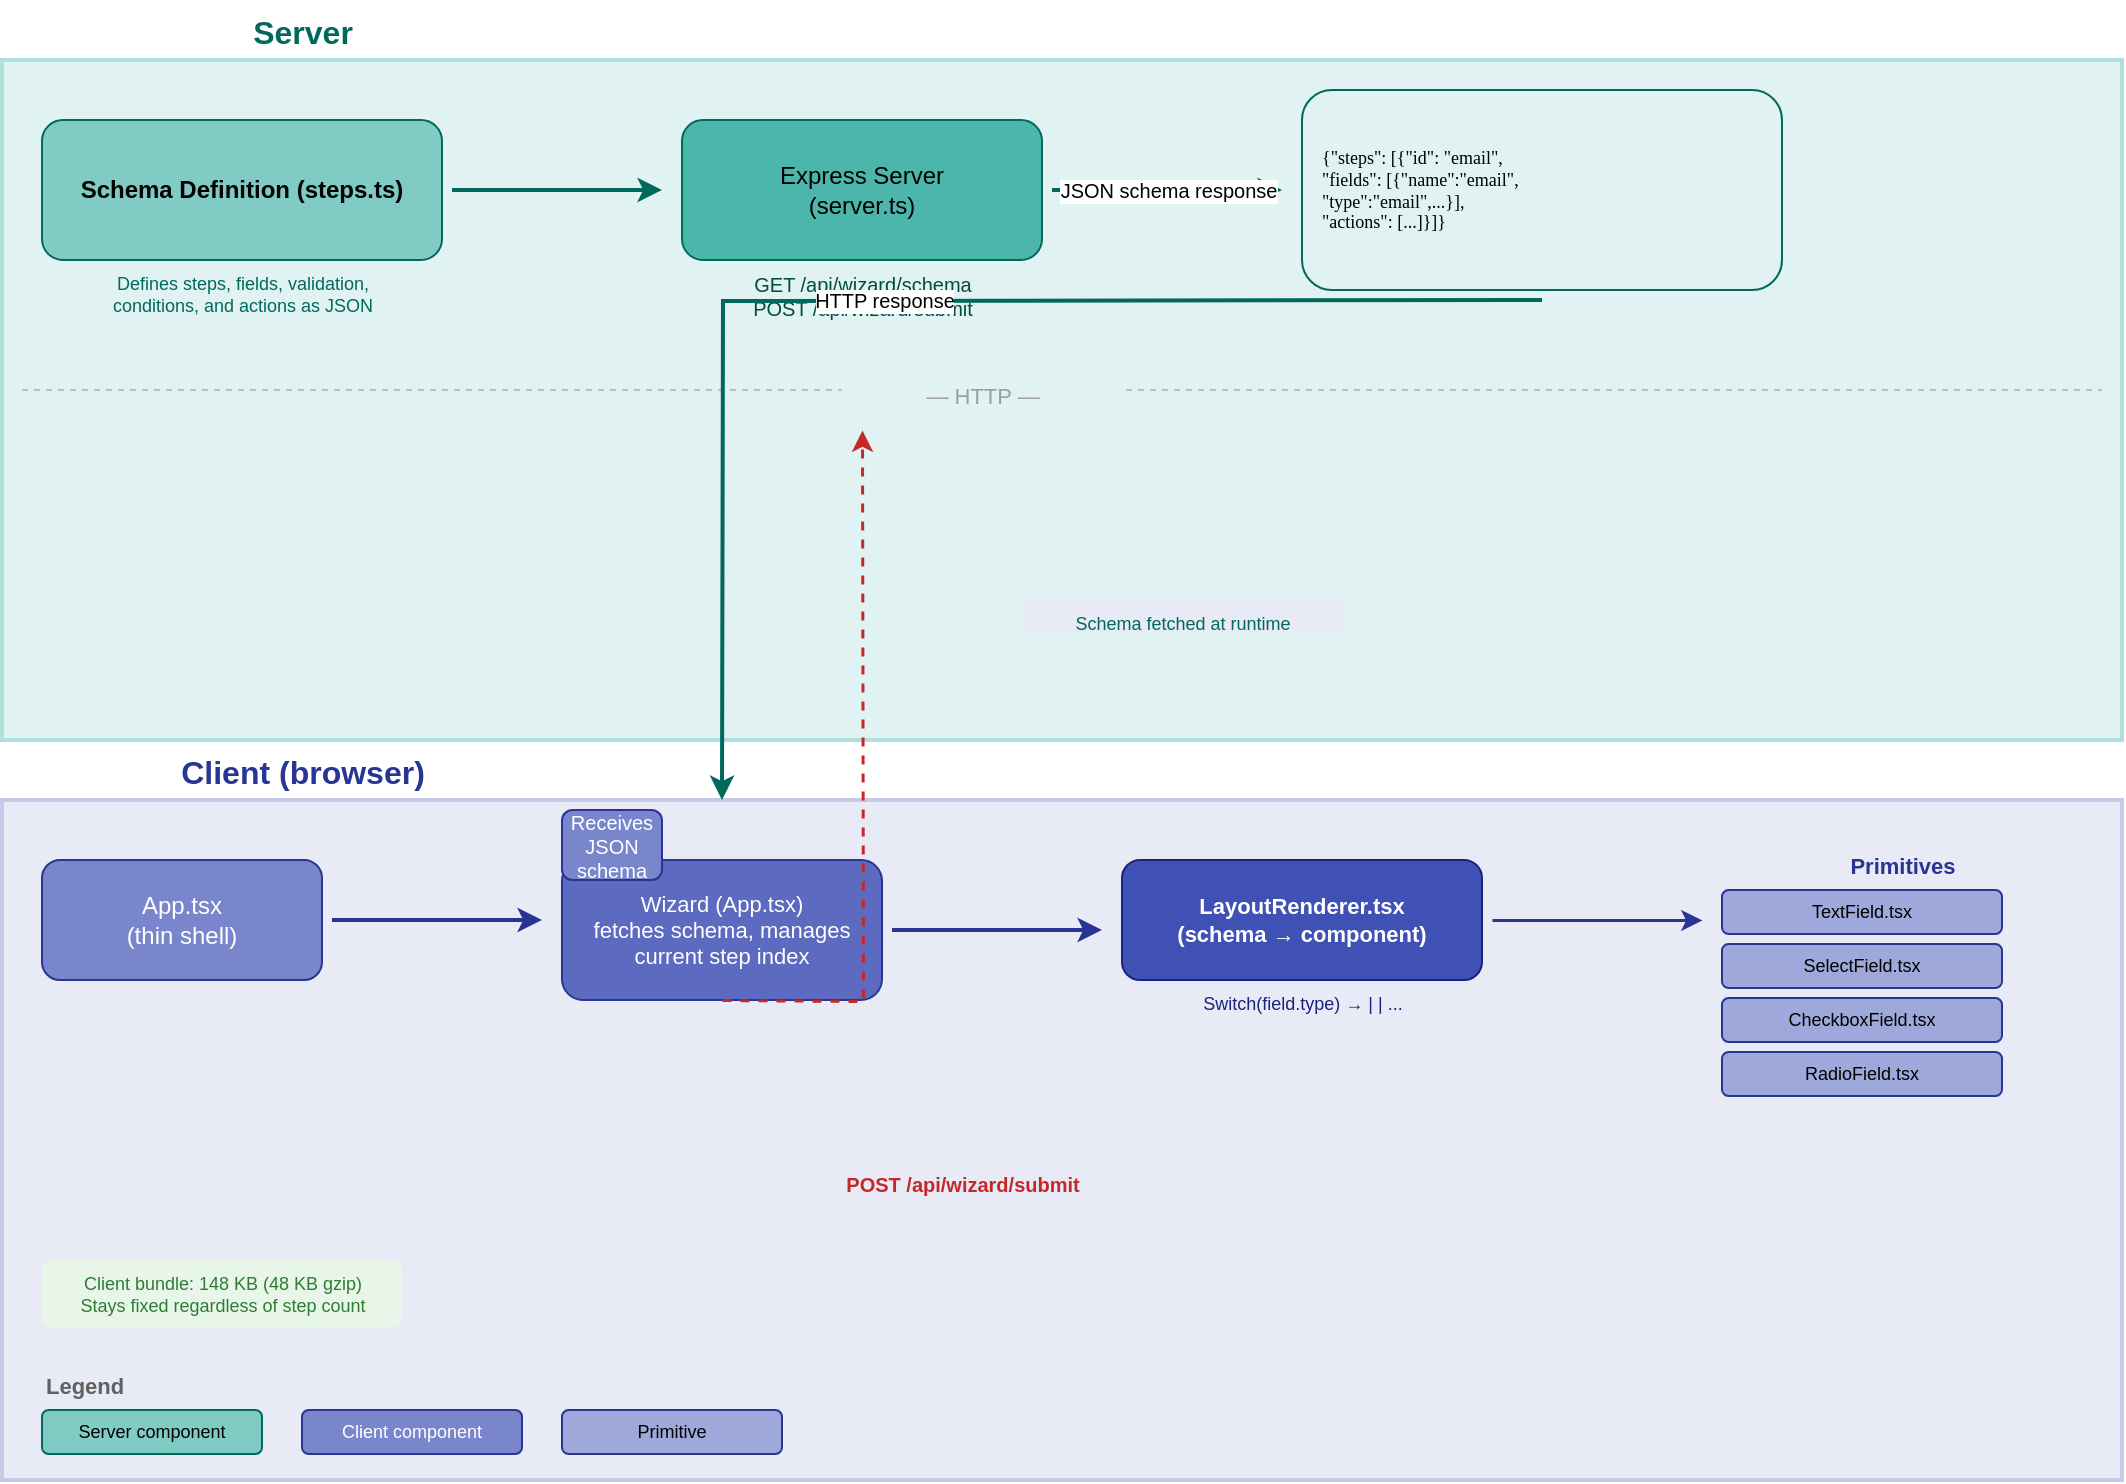
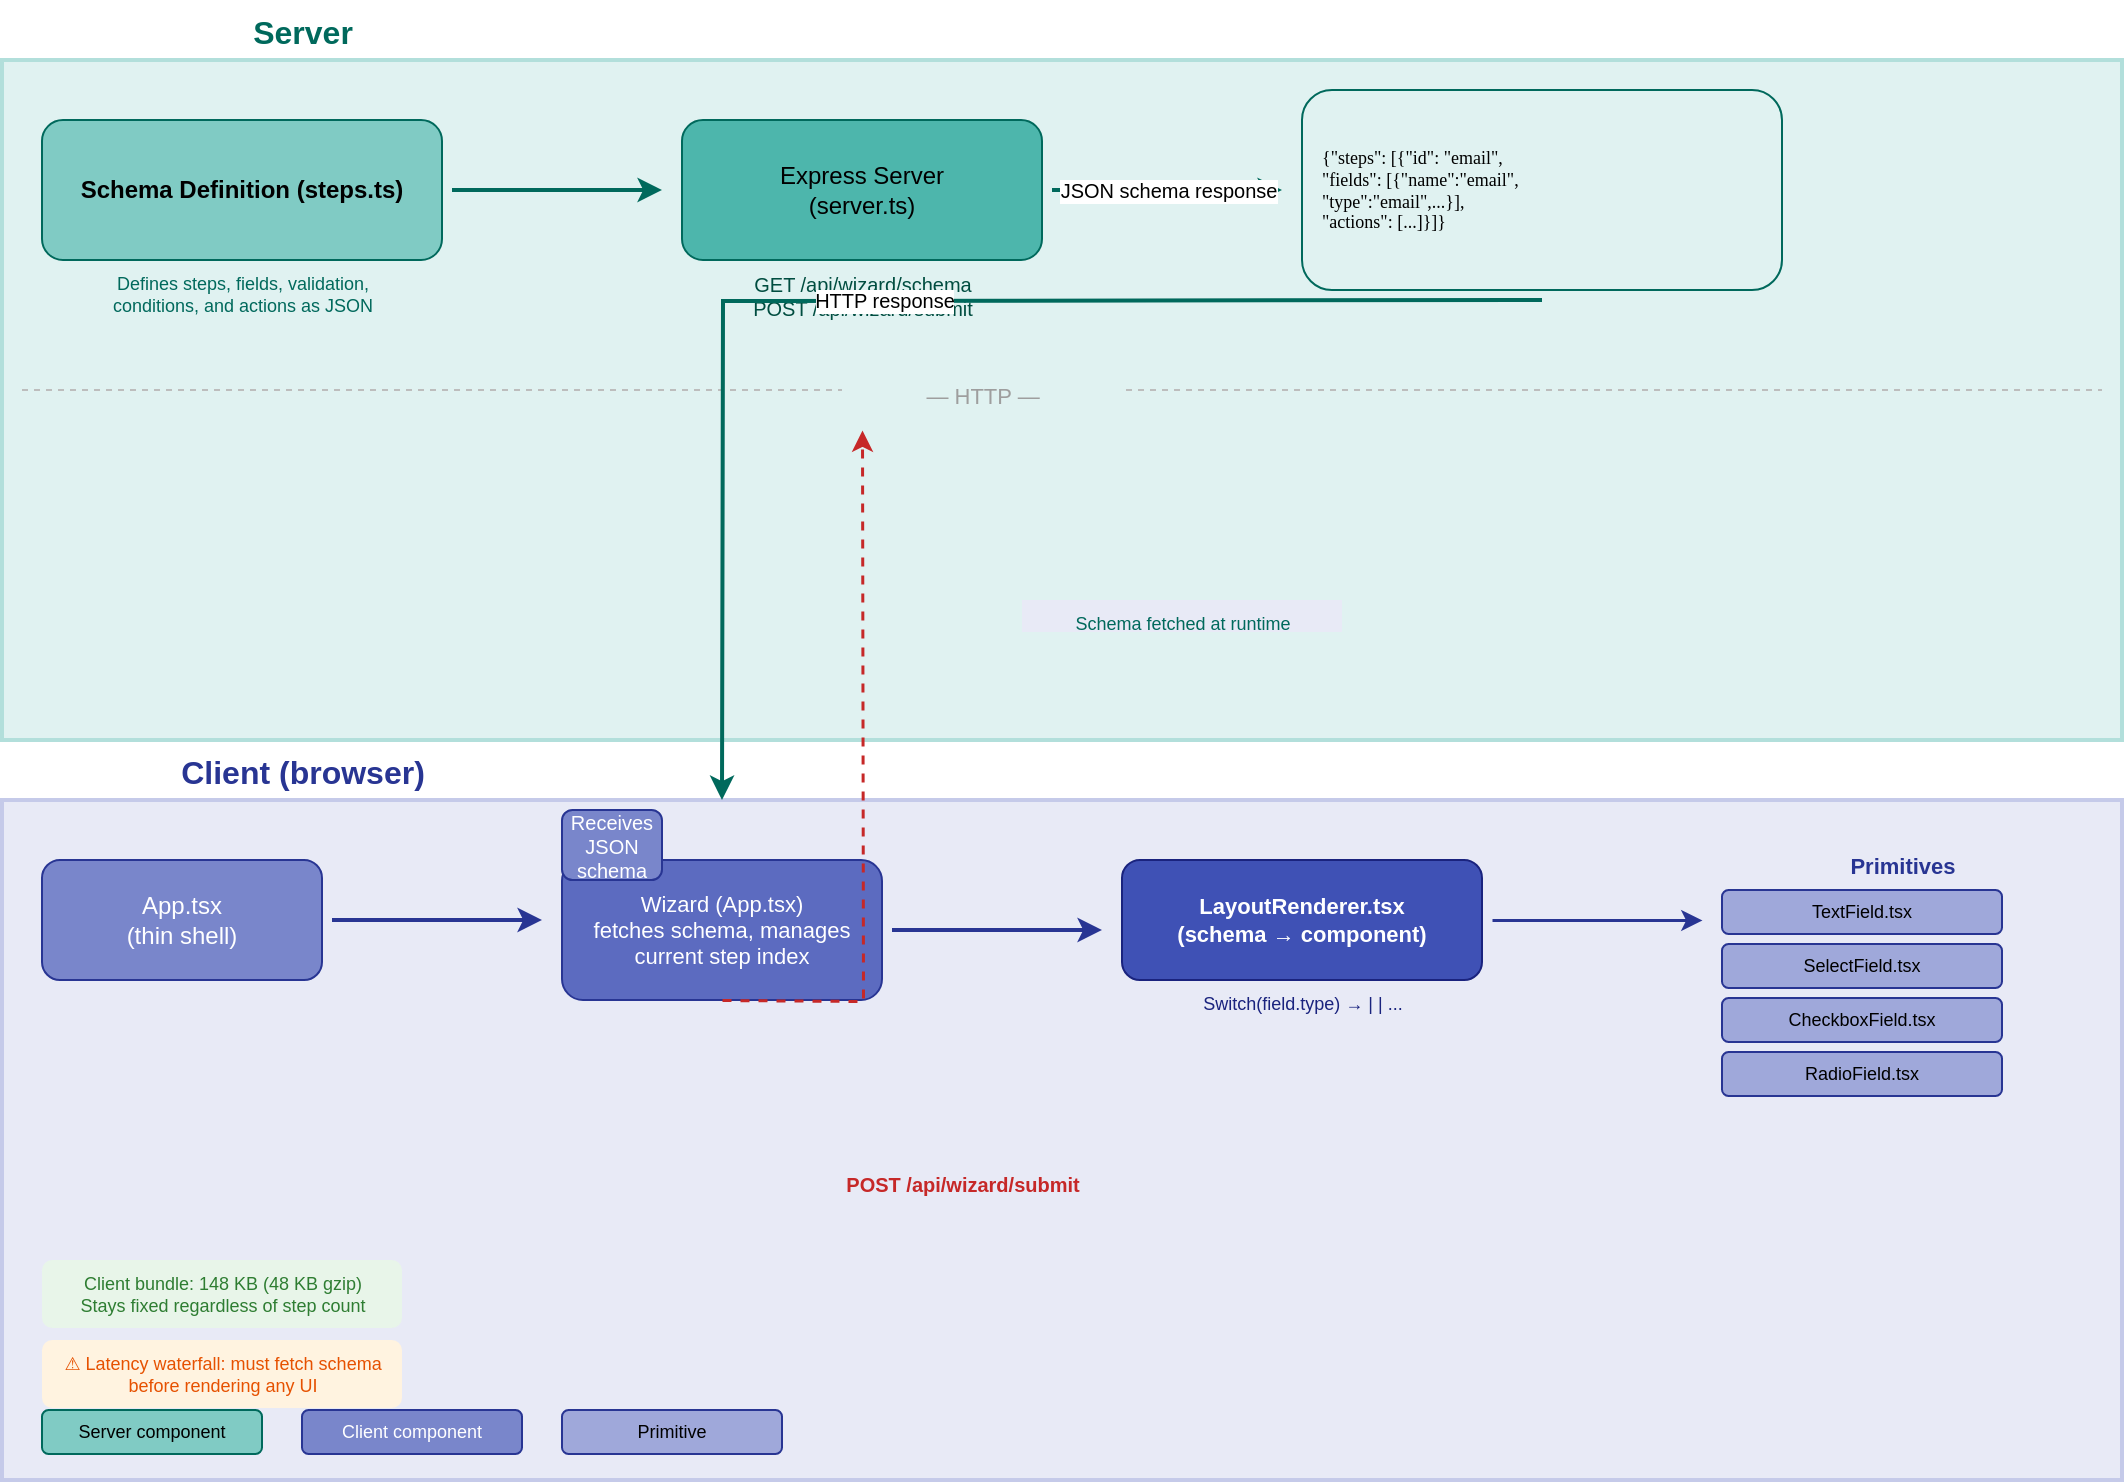
<mxfile host="app.diagrams.net" modified="2026-07-02T11:00:00Z" agent="Mozilla/5.0" version="24.2.5">
  <diagram name="Architecture Flow" id="flow">
    <mxGraphModel dx="0" dy="0" grid="1" gridSize="10" guides="1" tooltips="1" connect="1" arrows="1" fold="1" page="1" pageScale="1" pageWidth="1100" pageHeight="850" math="0" shadow="0">
      <root>
        <mxCell id="0" />
        <mxCell id="1" parent="0" />

        <!-- Section: Server -->
        <mxCell id="s-server" value="Server" style="text;html=1;strokeColor=none;fillColor=none;align=center;fontSize=16;fontStyle=1;fontColor=#00695c;" vertex="1" parent="1">
          <mxGeometry x="20" y="10" width="300" height="30" as="geometry" />
        </mxCell>

        <mxCell id="bg-server" value="" style="rounded=0;whiteSpace=window;fillColor=#e0f2f1;strokeColor=#b2dfdb;strokeWidth=2;fontSize=12;html=1;" vertex="1" parent="1">
          <mxGeometry x="20" y="40" width="1060" height="340" as="geometry" />
        </mxCell>

        <!-- Schema definition -->
        <mxCell id="schema-def" value="Schema Definition (steps.ts)" style="rounded=1;whiteSpace=wrap;html=1;fillColor=#80cbc4;strokeColor=#00695c;fontSize=12;fontStyle=1;" vertex="1" parent="1">
          <mxGeometry x="40" y="70" width="200" height="70" as="geometry" />
        </mxCell>

        <mxCell id="schema-def-note" value="Defines steps, fields, validation,&#10;conditions, and actions as JSON" style="text;html=1;strokeColor=none;fillColor=none;align=center;fontSize=9;fontColor=#00695c;" vertex="1" parent="1">
          <mxGeometry x="40" y="140" width="200" height="30" as="geometry" />
        </mxCell>

        <!-- Arrow: schema → server -->
        <mxCell id="arrow-schema-server" value="" style="edgeStyle=orthogonalEdgeStyle;rounded=0;orthogonalLoop=1;jettySize=auto;html=1;exitX=1;exitY=0.5;entryX=0;entryY=0.5;strokeWidth=2;strokeColor=#00695c;" edge="1" parent="1">
          <mxGeometry relative="1" as="geometry">
            <mxPoint x="245" y="105" as="sourcePoint" />
            <mxPoint x="350" y="105" as="targetPoint" />
          </mxGeometry>
        </mxCell>

        <!-- Express server -->
        <mxCell id="express-server" value="Express Server&#10;(server.ts)" style="rounded=1;whiteSpace=wrap;html=1;fillColor=#4db6ac;strokeColor=#00695c;fontSize=12;" vertex="1" parent="1">
          <mxGeometry x="360" y="70" width="180" height="70" as="geometry" />
        </mxCell>

        <mxCell id="express-note" value="GET /api/wizard/schema&#10;POST /api/wizard/submit" style="text;html=1;strokeColor=none;fillColor=none;align=center;fontSize=10;fontColor=#004d40;" vertex="1" parent="1">
          <mxGeometry x="360" y="140" width="180" height="30" as="geometry" />
        </mxCell>

        <!-- Arrow: server → response -->
        <mxCell id="arrow-server-response" value="JSON schema response" style="edgeStyle=orthogonalEdgeStyle;rounded=0;orthogonalLoop=1;jettySize=auto;html=1;exitX=1;exitY=0.5;entryX=0;entryY=0.5;strokeWidth=2;strokeColor=#00695c;fontSize=10;" edge="1" parent="1">
          <mxGeometry relative="1" as="geometry">
            <mxPoint x="545" y="105" as="sourcePoint" />
            <mxPoint x="660" y="105" as="targetPoint" />
          </mxGeometry>
        </mxCell>

        <!-- JSON response preview -->
        <mxCell id="json-preview" value="{&quot;steps&quot;: [{&quot;id&quot;: &quot;email&quot;,&#10; &quot;fields&quot;: [{&quot;name&quot;:&quot;email&quot;,&#10; &quot;type&quot;:&quot;email&quot;,...}],&#10; &quot;actions&quot;: [...]}]}" style="rounded=1;whiteSpace=pre;html=1;fillColor=#e0f2f1;strokeColor=#00695c;fontSize=9;fontFamily=Consolas;align=left;spacingLeft=8;" vertex="1" parent="1">
          <mxGeometry x="670" y="55" width="240" height="100" as="geometry" />
        </mxCell>

        <!-- Divider -->
        <mxCell id="divider-line" value="" style="line;strokeWidth=1;strokeColor=#bdbdbd;dashed=1;html=1;" vertex="1" parent="1">
          <mxGeometry x="30" y="200" width="1040" height="10" as="geometry" />
        </mxCell>

        <mxCell id="divider-label" value="— HTTP —" style="text;html=1;strokeColor=none;fillColor=#e0f2f1;align=center;fontSize=11;fontColor=#9e9e9e;" vertex="1" parent="1">
          <mxGeometry x="440" y="195" width="140" height="18" as="geometry" />
        </mxCell>

        <!-- Section: Client -->
        <mxCell id="s-client" value="Client (browser)" style="text;html=1;strokeColor=none;fillColor=none;align=center;fontSize=16;fontStyle=1;fontColor=#283593;" vertex="1" parent="1">
          <mxGeometry x="20" y="380" width="300" height="30" as="geometry" />
        </mxCell>

        <mxCell id="bg-client" value="" style="rounded=0;whiteSpace=window;fillColor=#e8eaf6;strokeColor=#c5cae9;strokeWidth=2;fontSize=12;html=1;" vertex="1" parent="1">
          <mxGeometry x="20" y="410" width="1060" height="340" as="geometry" />
        </mxCell>

        <!-- Client app shell -->
        <mxCell id="client-app" value="App.tsx&#10;(thin shell)" style="rounded=1;whiteSpace=wrap;html=1;fillColor=#7986cb;strokeColor=#283593;fontSize=12;fontColor=#ffffff;" vertex="1" parent="1">
          <mxGeometry x="40" y="440" width="140" height="60" as="geometry" />
        </mxCell>

        <!-- Arrow: app → wizard -->
        <mxCell id="arrow-app-wizard" value="" style="edgeStyle=orthogonalEdgeStyle;rounded=0;orthogonalLoop=1;jettySize=auto;html=1;exitX=1;exitY=0.5;entryX=0;entryY=0.5;strokeWidth=2;strokeColor=#283593;" edge="1" parent="1">
          <mxGeometry relative="1" as="geometry">
            <mxPoint x="185" y="470" as="sourcePoint" />
            <mxPoint x="290" y="470" as="targetPoint" />
          </mxGeometry>
        </mxCell>

        <!-- Wizard container -->
        <mxCell id="wizard-container" value="Wizard (App.tsx)&#10;fetches schema, manages&#10;current step index" style="rounded=1;whiteSpace=wrap;html=1;fillColor=#5c6bc0;strokeColor=#283593;fontSize=11;fontColor=#ffffff;" vertex="1" parent="1">
          <mxGeometry x="300" y="440" width="160" height="70" as="geometry" />
        </mxCell>

        <!-- Arrow: wizard → renderer -->
        <mxCell id="arrow-wizard-renderer" value="" style="edgeStyle=orthogonalEdgeStyle;rounded=0;orthogonalLoop=1;jettySize=auto;html=1;exitX=1;exitY=0.5;entryX=0;entryY=0.5;strokeWidth=2;strokeColor=#283593;" edge="1" parent="1">
          <mxGeometry relative="1" as="geometry">
            <mxPoint x="465" y="475" as="sourcePoint" />
            <mxPoint x="570" y="475" as="targetPoint" />
          </mxGeometry>
        </mxCell>

        <!-- LayoutRenderer -->
        <mxCell id="layout-renderer" value="LayoutRenderer.tsx&#10;(schema → component)" style="rounded=1;whiteSpace=wrap;html=1;fillColor=#3f51b5;strokeColor=#1a237e;fontSize=11;fontColor=#ffffff;fontStyle=1;" vertex="1" parent="1">
          <mxGeometry x="580" y="440" width="180" height="60" as="geometry" />
        </mxCell>

        <mxCell id="renderer-note" value="Switch(field.type) → &lt;TextField/&gt; | &lt;SelectField/&gt; | ..." style="text;html=1;strokeColor=none;fillColor=none;align=center;fontSize=9;fontColor=#1a237e;" vertex="1" parent="1">
          <mxGeometry x="580" y="500" width="180" height="16" as="geometry" />
        </mxCell>

        <mxCell id="sdui-bundle-size" value="Client bundle: 148 KB (48 KB gzip)&#10;Stays fixed regardless of step count" style="text;html=1;strokeColor=none;fillColor=#e8f5e9;align=center;fontSize=9;fontColor=#2e7d32;rounded=1;" vertex="1" parent="1">
          <mxGeometry x="40" y="640" width="180" height="34" as="geometry" />
        </mxCell>

        <!-- Arrow: renderer → primitives -->
        <mxCell id="arrow-renderer-prims" value="" style="edgeStyle=orthogonalEdgeStyle;rounded=0;orthogonalLoop=1;jettySize=auto;html=1;exitX=1;exitY=0.5;entryX=0;entryY=0.5;strokeWidth=1.5;strokeColor=#283593;" edge="1" parent="1">
          <mxGeometry relative="1" as="geometry">
            <mxPoint x="765" y="470" as="sourcePoint" />
            <mxPoint x="870" y="470" as="targetPoint" />
          </mxGeometry>
        </mxCell>

        <!-- Primitives -->
        <mxCell id="primitives-title" value="Primitives" style="text;html=1;strokeColor=none;fillColor=none;align=center;fontSize=11;fontStyle=1;fontColor=#283593;" vertex="1" parent="1">
          <mxGeometry x="880" y="430" width="180" height="20" as="geometry" />
        </mxCell>

        <mxCell id="prim-text" value="TextField.tsx" style="rounded=1;whiteSpace=wrap;html=1;fillColor=#9fa8da;strokeColor=#283593;fontSize=9;" vertex="1" parent="1">
          <mxGeometry x="880" y="455" width="140" height="22" as="geometry" />
        </mxCell>

        <mxCell id="prim-select" value="SelectField.tsx" style="rounded=1;whiteSpace=wrap;html=1;fillColor=#9fa8da;strokeColor=#283593;fontSize=9;" vertex="1" parent="1">
          <mxGeometry x="880" y="482" width="140" height="22" as="geometry" />
        </mxCell>

        <mxCell id="prim-checkbox" value="CheckboxField.tsx" style="rounded=1;whiteSpace=wrap;html=1;fillColor=#9fa8da;strokeColor=#283593;fontSize=9;" vertex="1" parent="1">
          <mxGeometry x="880" y="509" width="140" height="22" as="geometry" />
        </mxCell>

        <mxCell id="prim-radio" value="RadioField.tsx" style="rounded=1;whiteSpace=wrap;html=1;fillColor=#9fa8da;strokeColor=#283593;fontSize=9;" vertex="1" parent="1">
          <mxGeometry x="880" y="536" width="140" height="22" as="geometry" />
        </mxCell>

        <!-- Legend -->
        <mxCell id="legend" value="Legend" style="text;html=1;strokeColor=none;fillColor=none;align=left;fontSize=11;fontStyle=1;fontColor=#616161;" vertex="1" parent="1">
          <mxGeometry x="40" y="690" width="60" height="20" as="geometry" />
        </mxCell>

        <mxCell id="legend-srv" value="Server component" style="rounded=1;whiteSpace=wrap;html=1;fillColor=#80cbc4;strokeColor=#00695c;fontSize=9;" vertex="1" parent="1">
          <mxGeometry x="40" y="715" width="110" height="22" as="geometry" />
        </mxCell>

        <mxCell id="legend-cli" value="Client component" style="rounded=1;whiteSpace=wrap;html=1;fillColor=#7986cb;strokeColor=#283593;fontSize=9;fontColor=#ffffff;" vertex="1" parent="1">
          <mxGeometry x="170" y="715" width="110" height="22" as="geometry" />
        </mxCell>

        <mxCell id="legend-prim" value="Primitive" style="rounded=1;whiteSpace=wrap;html=1;fillColor=#9fa8da;strokeColor=#283593;fontSize=9;" vertex="1" parent="1">
          <mxGeometry x="300" y="715" width="110" height="22" as="geometry" />
        </mxCell>

        <!-- Data submission flow (POST) -->
        <mxCell id="post-arrow-label" value="POST /api/wizard/submit" style="text;html=1;strokeColor=none;fillColor=none;align=center;fontSize=10;fontColor=#c62828;fontStyle=1;" vertex="1" parent="1">
          <mxGeometry x="430" y="590" width="140" height="16" as="geometry" />
        </mxCell>

        <mxCell id="post-arrow" value="" style="edgeStyle=orthogonalEdgeStyle;rounded=0;orthogonalLoop=1;jettySize=auto;html=1;exitX=0.5;exitY=1;entryX=0.5;entryY=0;strokeWidth=1.5;strokeColor=#c62828;dashed=1;fontSize=10;" edge="1" parent="1">
          <mxGeometry relative="1" as="geometry">
            <mxPoint x="380" y="510" as="sourcePoint" />
            <mxPoint x="450" y="225" as="targetPoint" />
          </mxGeometry>
        </mxCell>

        <!-- Arrow from schema to client -->
        <mxCell id="http-schema-arrow" value="HTTP response" style="edgeStyle=orthogonalEdgeStyle;rounded=0;orthogonalLoop=1;jettySize=auto;html=1;exitX=1;exitY=0.5;entryX=0.5;entryY=0;strokeWidth=2;strokeColor=#00695c;fontSize=10;" edge="1" parent="1">
          <mxGeometry relative="1" as="geometry">
            <mxPoint x="790" y="160" as="sourcePoint" />
            <mxPoint x="380" y="410" as="targetPoint" />
          </mxGeometry>
        </mxCell>

        <mxCell id="http-schema-label" value="Schema fetched at runtime" style="text;html=1;strokeColor=none;fillColor=#e8eaf6;align=center;fontSize=9;fontColor=#00695c;" vertex="1" parent="1">
          <mxGeometry x="530" y="310" width="160" height="16" as="geometry" />
        </mxCell>

        <!-- Client receives schema -->
        <mxCell id="client-receive" value="Receives JSON&#10;schema" style="rounded=1;whiteSpace=wrap;html=1;fillColor=#7986cb;strokeColor=#283593;fontSize=10;fontColor=#ffffff;" vertex="1" parent="1">
          <mxGeometry x="300" y="415" width="50" height="35" as="geometry" />
+         </mxCell>
+ 
+         <mxCell id="waterfall-note" value="⚠ Latency waterfall: must fetch schema&#10;before rendering any UI" style="text;html=1;strokeColor=none;fillColor=#fff3e0;align=center;fontSize=9;fontColor=#e65100;rounded=1;" vertex="1" parent="1">
+           <mxGeometry x="40" y="680" width="180" height="34" as="geometry" />
        </mxCell>
      </root>
    </mxGraphModel>
  </diagram>
  <diagram id="components" name="Component Hierarchy">
    <mxGraphModel dx="0" dy="0" grid="1" gridSize="10" guides="1" tooltips="1" connect="1" arrows="1" fold="1" page="1" pageScale="1" pageWidth="1100" pageHeight="850" math="0" shadow="0">
      <root>
        <mxCell id="0" />
        <mxCell id="1" parent="0" />

        <mxCell id="h-title" value="Component Hierarchy — Server-Driven UI" style="text;html=1;strokeColor=none;fillColor=none;align=center;fontSize=16;fontStyle=1;fontColor=#283593;" vertex="1" parent="1">
          <mxGeometry x="300" y="20" width="400" height="30" as="geometry" />
        </mxCell>

        <!-- App -->
        <mxCell id="h-app" value="App.tsx" style="rounded=1;whiteSpace=wrap;html=1;fillColor=#c5cae9;strokeColor=#283593;fontSize=12;fontStyle=1;arcSize=20;" vertex="1" parent="1">
          <mxGeometry x="440" y="80" width="120" height="40" as="geometry" />
        </mxCell>

        <!-- WizardProvider -->
        <mxCell id="h-provider" value="WizardProvider&#10;(context / state)" style="rounded=1;whiteSpace=wrap;html=1;fillColor=#9fa8da;strokeColor=#283593;fontSize=11;" vertex="1" parent="1">
          <mxGeometry x="440" y="160" width="120" height="50" as="geometry" />
        </mxCell>

        <mxCell id="h-edge-app-provider" value="" style="edgeStyle=orthogonalEdgeStyle;rounded=0;orthogonalLoop=1;jettySize=auto;html=1;exitX=0.5;exitY=1;entryX=0.5;entryY=0;strokeWidth=1.5;strokeColor=#283593;" edge="1" parent="1">
          <mxGeometry relative="1" as="geometry">
            <mxPoint x="500" y="120" as="sourcePoint" />
            <mxPoint x="500" y="160" as="targetPoint" />
          </mxGeometry>
        </mxCell>

        <!-- Wizard -->
        <mxCell id="h-wizard" value="Wizard (in App.tsx)&#10;fetches schema, manages index" style="rounded=1;whiteSpace=wrap;html=1;fillColor=#7986cb;strokeColor=#283593;fontSize=10;fontColor=#ffffff;" vertex="1" parent="1">
          <mxGeometry x="430" y="250" width="140" height="40" as="geometry" />
        </mxCell>

        <mxCell id="h-edge-provider-wizard" value="" style="edgeStyle=orthogonalEdgeStyle;rounded=0;orthogonalLoop=1;jettySize=auto;html=1;exitX=0.5;exitY=1;entryX=0.5;entryY=0;strokeWidth=1.5;strokeColor=#283593;" edge="1" parent="1">
          <mxGeometry relative="1" as="geometry">
            <mxPoint x="500" y="210" as="sourcePoint" />
            <mxPoint x="500" y="250" as="targetPoint" />
          </mxGeometry>
        </mxCell>

        <!-- ProgressBar -->
        <mxCell id="h-progress" value="ProgressBar" style="rounded=1;whiteSpace=wrap;html=1;fillColor=#5c6bc0;strokeColor=#283593;fontSize=10;fontColor=#ffffff;" vertex="1" parent="1">
          <mxGeometry x="130" y="340" width="120" height="30" as="geometry" />
        </mxCell>

        <mxCell id="h-edge-wizard-progress" value="" style="edgeStyle=orthogonalEdgeStyle;rounded=0;orthogonalLoop=1;jettySize=auto;html=1;exitX=0.5;exitY=1;entryX=0.5;entryY=0;strokeWidth=1.5;strokeColor=#283593;" edge="1" parent="1">
          <mxGeometry relative="1" as="geometry">
            <mxPoint x="460" y="290" as="sourcePoint" />
            <mxPoint x="190" y="340" as="targetPoint" />
          </mxGeometry>
        </mxCell>

        <!-- LayoutRenderer -->
        <mxCell id="h-renderer" value="LayoutRenderer.tsx" style="rounded=1;whiteSpace=wrap;html=1;fillColor=#3f51b5;strokeColor=#1a237e;fontSize=11;fontStyle=1;fontColor=#ffffff;" vertex="1" parent="1">
          <mxGeometry x="430" y="330" width="140" height="40" as="geometry" />
        </mxCell>

        <mxCell id="h-edge-wizard-renderer" value="" style="edgeStyle=orthogonalEdgeStyle;rounded=0;orthogonalLoop=1;jettySize=auto;html=1;exitX=0.5;exitY=1;entryX=0.5;entryY=0;strokeWidth=1.5;strokeColor=#283593;" edge="1" parent="1">
          <mxGeometry relative="1" as="geometry">
            <mxPoint x="500" y="290" as="sourcePoint" />
            <mxPoint x="500" y="330" as="targetPoint" />
          </mxGeometry>
        </mxCell>

        <!-- Primitives group -->
        <mxCell id="h-prims-label" value="Primitives (reusable)" style="text;html=1;strokeColor=none;fillColor=#e8eaf6;align=center;fontSize=11;fontStyle=1;fontColor=#283593;rounded=1;" vertex="1" parent="1">
          <mxGeometry x="280" y="400" width="140" height="22" as="geometry" />
        </mxCell>

        <mxCell id="h-prims-bg" value="" style="rounded=1;whiteSpace=window;fillColor=#e8eaf6;strokeColor=#c5cae9;strokeWidth=1;fontSize=12;html=1;dashed=1;" vertex="1" parent="1">
          <mxGeometry x="280" y="425" width="460" height="200" as="geometry" />
        </mxCell>

        <!-- TextField -->
        <mxCell id="h-prim-text" value="TextField.tsx" style="rounded=1;whiteSpace=wrap;html=1;fillColor=#5c6bc0;strokeColor=#283593;fontSize=10;fontColor=#ffffff;" vertex="1" parent="1">
          <mxGeometry x="300" y="440" width="150" height="28" as="geometry" />
        </mxCell>

        <!-- SelectField -->
        <mxCell id="h-prim-select" value="SelectField.tsx" style="rounded=1;whiteSpace=wrap;html=1;fillColor=#5c6bc0;strokeColor=#283593;fontSize=10;fontColor=#ffffff;" vertex="1" parent="1">
          <mxGeometry x="300" y="478" width="150" height="28" as="geometry" />
        </mxCell>

        <!-- CheckboxField -->
        <mxCell id="h-prim-checkbox" value="CheckboxField.tsx" style="rounded=1;whiteSpace=wrap;html=1;fillColor=#5c6bc0;strokeColor=#283593;fontSize=10;fontColor=#ffffff;" vertex="1" parent="1">
          <mxGeometry x="300" y="516" width="150" height="28" as="geometry" />
        </mxCell>

        <!-- RadioField -->
        <mxCell id="h-prim-radio" value="RadioField.tsx" style="rounded=1;whiteSpace=wrap;html=1;fillColor=#5c6bc0;strokeColor=#283593;fontSize=10;fontColor=#ffffff;" vertex="1" parent="1">
          <mxGeometry x="300" y="554" width="150" height="28" as="geometry" />
        </mxCell>

        <!-- Button -->
        <mxCell id="h-prim-button" value="Button.tsx" style="rounded=1;whiteSpace=wrap;html=1;fillColor=#5c6bc0;strokeColor=#283593;fontSize=10;fontColor=#ffffff;" vertex="1" parent="1">
          <mxGeometry x="490" y="440" width="150" height="28" as="geometry" />
        </mxCell>

        <!-- ProgressBar primitive -->
        <mxCell id="h-prim-progress" value="ProgressBar.tsx" style="rounded=1;whiteSpace=wrap;html=1;fillColor=#5c6bc0;strokeColor=#283593;fontSize=10;fontColor=#ffffff;" vertex="1" parent="1">
          <mxGeometry x="490" y="478" width="150" height="28" as="geometry" />
        </mxCell>

        <!-- LayoutRenderer → primitives arrow -->
        <mxCell id="h-edge-renderer-prims" value="maps type → component" style="edgeStyle=orthogonalEdgeStyle;rounded=0;orthogonalLoop=1;jettySize=auto;html=1;exitX=0.5;exitY=1;entryX=0.5;entryY=0;strokeWidth=1.5;strokeColor=#283593;fontSize=9;" edge="1" parent="1">
          <mxGeometry relative="1" as="geometry">
            <mxPoint x="500" y="370" as="sourcePoint" />
            <mxPoint x="500" y="425" as="targetPoint" />
          </mxGeometry>
        </mxCell>

        <!-- Note about zero step knowledge -->
        <mxCell id="h-note" value="The client has ZERO knowledge of specific steps.&#10;It only knows how to render primitive field types." style="text;html=1;strokeColor=none;fillColor=#fff8e1;align=center;fontSize=10;fontColor=#e65100;fontStyle=1;rounded=1;" vertex="1" parent="1">
          <mxGeometry x="680" y="440" width="240" height="50" as="geometry" />
        </mxCell>

        <!-- Legend -->
        <mxCell id="h-legend" value="Legend" style="text;html=1;strokeColor=none;fillColor=none;align=left;fontSize=11;fontStyle=1;fontColor=#616161;" vertex="1" parent="1">
          <mxGeometry x="40" y="650" width="60" height="20" as="geometry" />
        </mxCell>

        <mxCell id="h-leg-wrapper" value="Container / state" style="rounded=1;whiteSpace=wrap;html=1;fillColor=#9fa8da;strokeColor=#283593;fontSize=9;" vertex="1" parent="1">
          <mxGeometry x="40" y="675" width="120" height="22" as="geometry" />
        </mxCell>
        <mxCell id="h-leg-prim" value="Primitive" style="rounded=1;whiteSpace=wrap;html=1;fillColor=#5c6bc0;strokeColor=#283593;fontSize=9;fontColor=#ffffff;" vertex="1" parent="1">
          <mxGeometry x="180" y="675" width="120" height="22" as="geometry" />
        </mxCell>
        <mxCell id="h-leg-core" value="Core renderer" style="rounded=1;whiteSpace=wrap;html=1;fillColor=#3f51b5;strokeColor=#1a237e;fontSize=9;fontColor=#ffffff;" vertex="1" parent="1">
          <mxGeometry x="320" y="675" width="120" height="22" as="geometry" />
        </mxCell>
      </root>
    </mxGraphModel>
  </diagram>
</mxfile>
